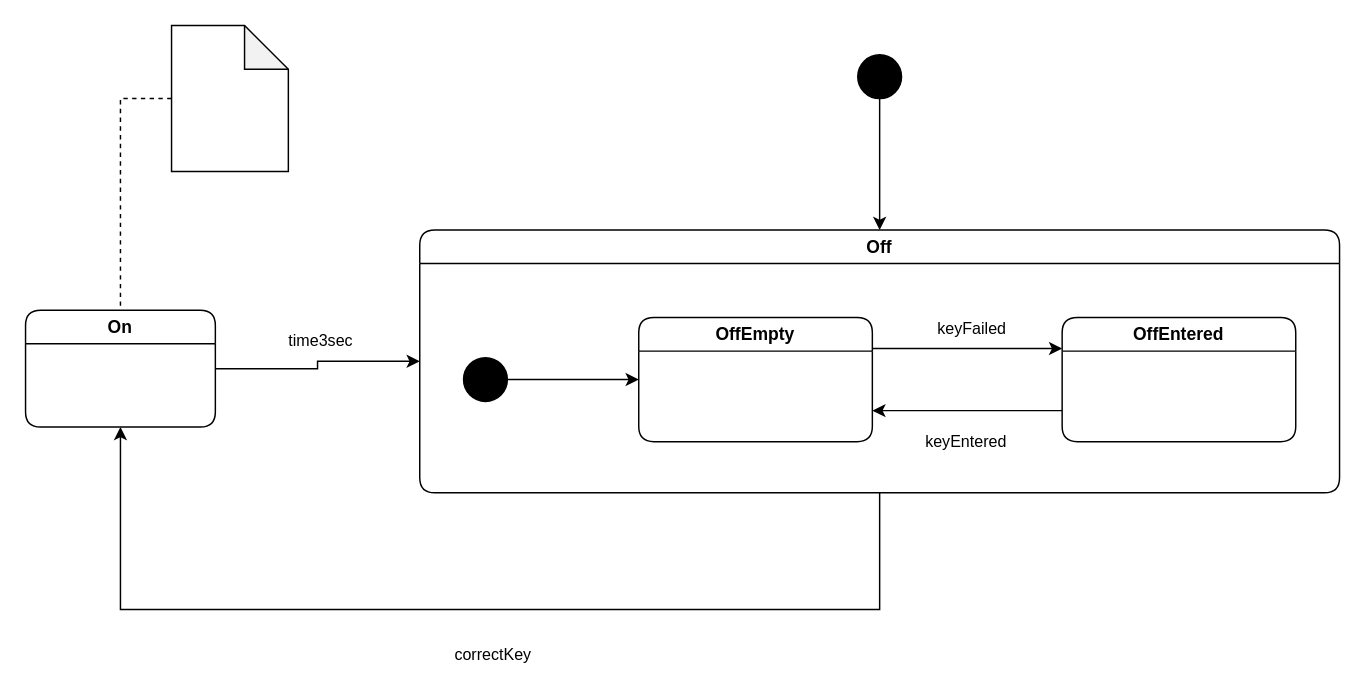
sato22/Sm2Go keeps this draw.io diagram as pkg/keypad_easy.drawio. Above is the earlier version. Source tidied: cells renumbered, new cells numbered last; positions are measured from the earlier drawing's top-left corner, leaving out a move shared by most shapes. Both pictures are drawn from the tidied source at 146%, with x=0, y=0 at pixel (25, 25).
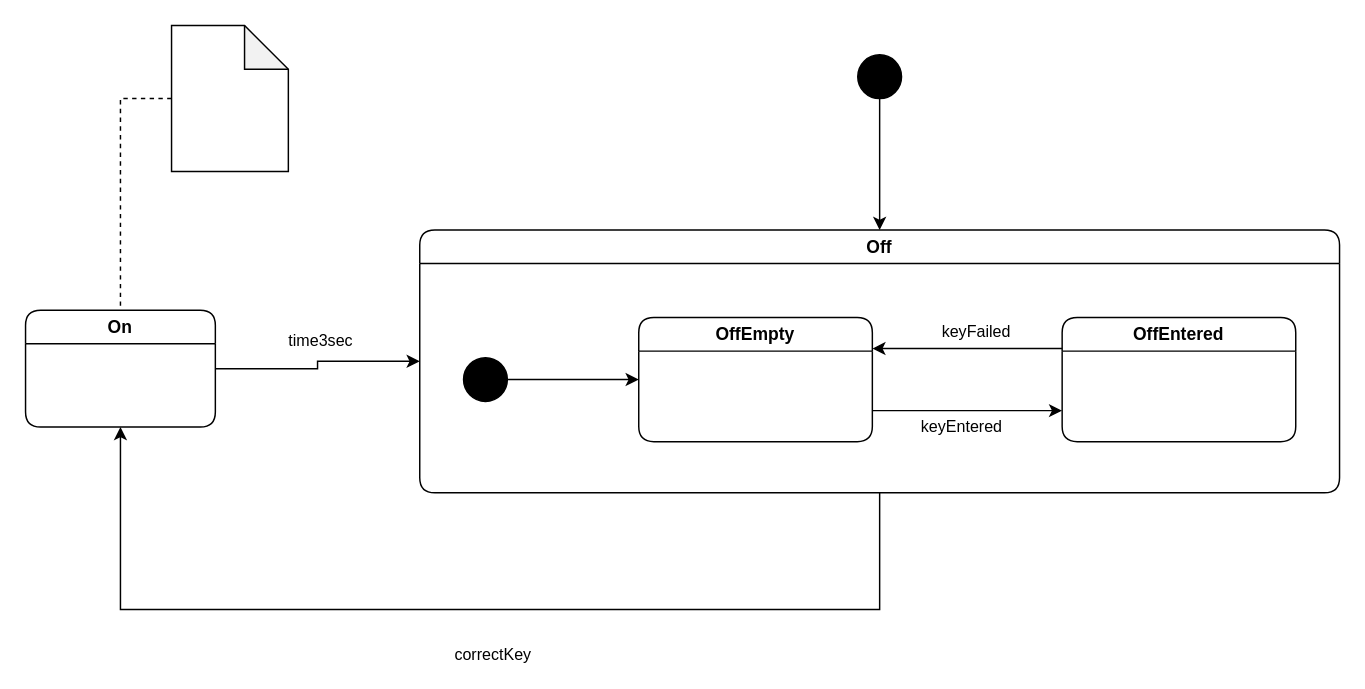
After the change.

Unchanged cells that the change refers to:
```xml
<mxCell id="9" value="Off" style="swimlane;rounded=1;whiteSpace=wrap;html=1;glass=0;sketch=0;startSize=23;" parent="1" vertex="1">
  <mxGeometry x="270" y="140" width="630" height="180" as="geometry" />
</mxCell>
<mxCell id="10" value="OffEntered" style="swimlane;rounded=1;whiteSpace=wrap;html=1;glass=0;sketch=0;startSize=23;" parent="9" vertex="1">
  <mxGeometry x="440" y="60" width="160" height="85" as="geometry" />
</mxCell>
<mxCell id="11" value="OffEmpty" style="swimlane;rounded=1;whiteSpace=wrap;html=1;glass=0;sketch=0;startSize=23;" parent="9" vertex="1">
  <mxGeometry x="150" y="60" width="160" height="85" as="geometry" />
</mxCell>
```

What changed in the source:
```diff
@@
-    <mxCell id="12" style="edgeStyle=orthogonalEdgeStyle;rounded=0;jettySize=auto;html=1;exitX=1;exitY=0.25;exitDx=0;exitDy=0;entryX=0;entryY=0.25;entryDx=0;entryDy=0;" parent="9" edge="1" source="11" target="10">
+    <mxCell id="12" style="edgeStyle=orthogonalEdgeStyle;rounded=0;jettySize=auto;html=1;entryX=1;entryY=0.25;entryDx=0;entryDy=0;exitX=0;exitY=0.25;exitDx=0;exitDy=0;" parent="9" edge="1" source="10" target="11">
       <mxGeometry relative="1" as="geometry" />
     </mxCell>
     <mxCell id="13" value="keyFailed" style="edgeLabel;html=1;align=center;verticalAlign=middle;" parent="12" vertex="1">
       <mxGeometry x="-0.09" y="1" relative="1" as="geometry">
-        <mxPoint x="8" y="-13" as="offset" />
+        <mxPoint x="-1" y="-13" as="offset" />
       </mxGeometry>
     </mxCell>
-    <mxCell id="14" style="edgeStyle=orthogonalEdgeStyle;rounded=0;jettySize=auto;html=1;entryX=1;entryY=0.75;entryDx=0;entryDy=0;exitX=0;exitY=0.75;exitDx=0;exitDy=0;" parent="9" edge="1" source="10" target="11">
+    <mxCell id="14" style="edgeStyle=orthogonalEdgeStyle;rounded=0;jettySize=auto;html=1;exitX=1;exitY=0.75;exitDx=0;exitDy=0;entryX=0;entryY=0.75;entryDx=0;entryDy=0;" parent="9" edge="1" source="11" target="10">
       <mxGeometry relative="1" as="geometry" />
     </mxCell>
     <mxCell id="15" value="keyEntered" style="edgeLabel;html=1;align=center;verticalAlign=middle;" parent="14" vertex="1">
       <mxGeometry x="-0.09" y="1" relative="1" as="geometry">
-        <mxPoint x="-8" y="20" as="offset" />
+        <mxPoint x="1" y="12" as="offset" />
       </mxGeometry>
     </mxCell>
```
